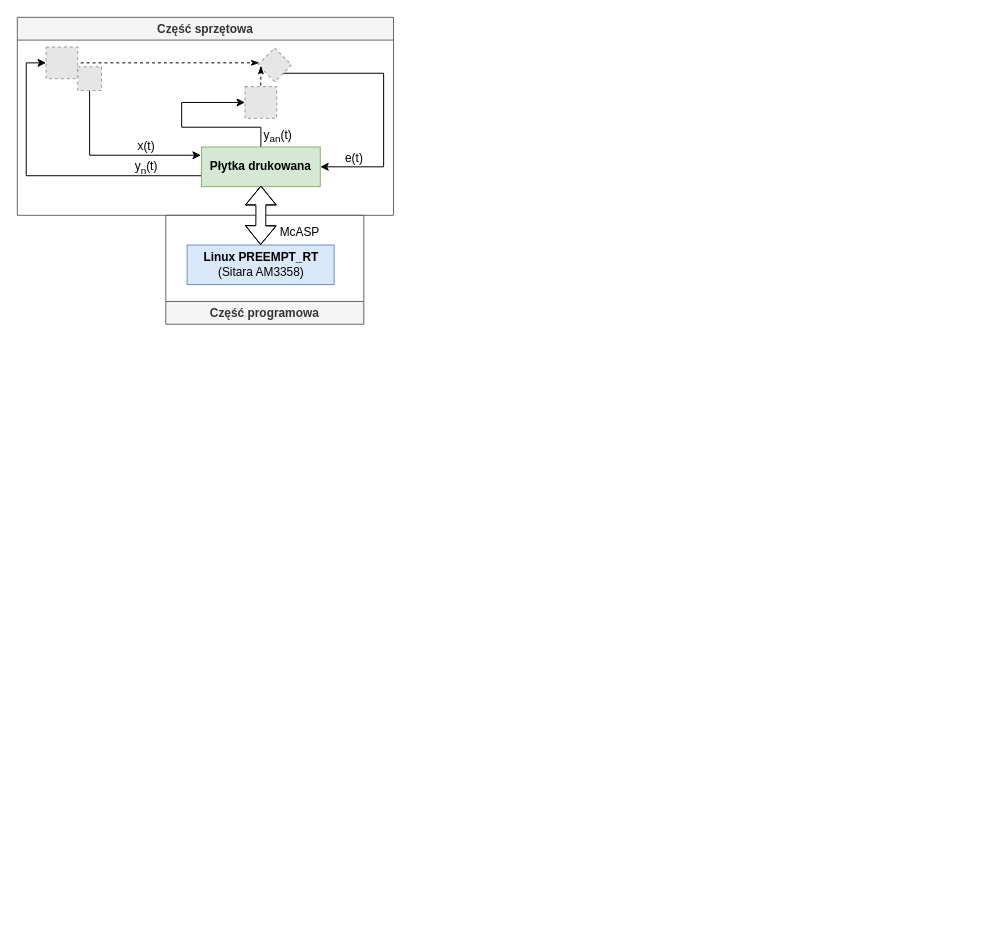
kopiecki/anc keeps this draw.io diagram as docs/polsl/thesis/drawio/impl/top.drawio. Above is the earlier version. Source tidied: cells renumbered, new cells numbered last; positions are measured from the earlier drawing's top-left corner, leaving out a move shared by most shapes. Both pictures are drawn from the tidied source at 99%, with x=0, y=0 at pixel (17, 17). Pictures stored in the file or linked from it are replaced by grey dashed boxes.
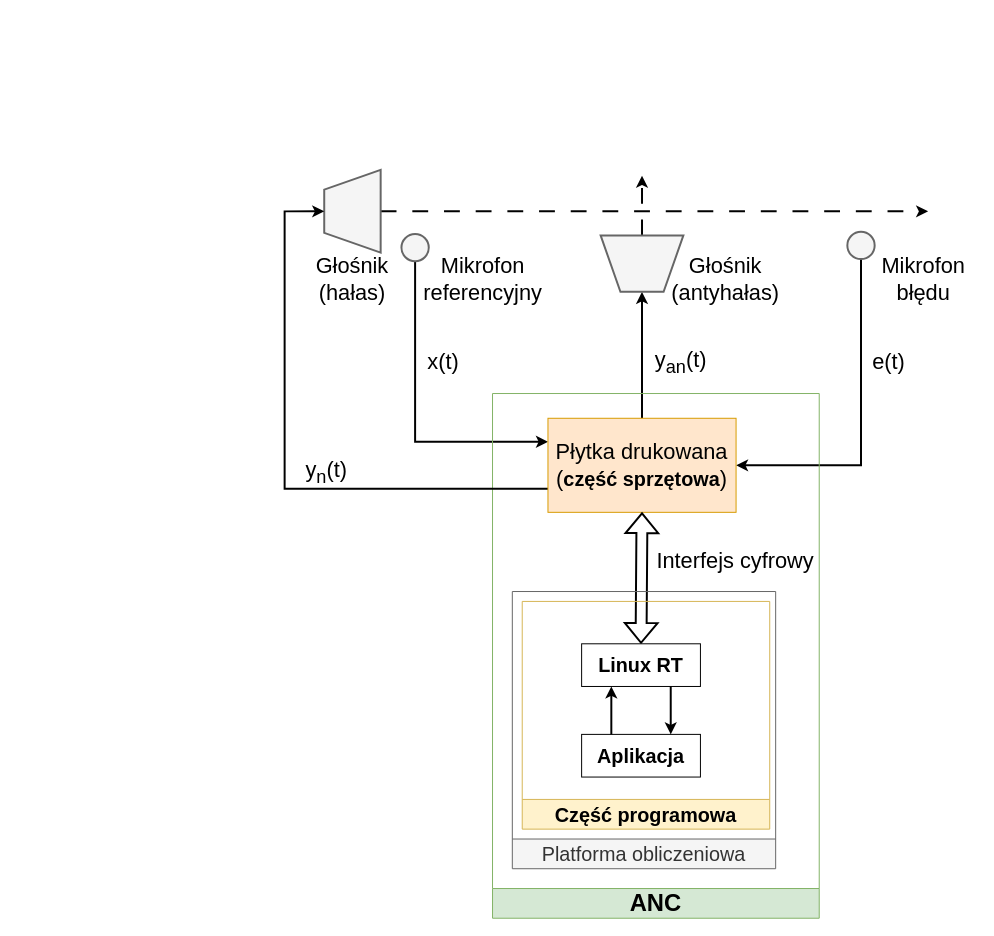
The same diagram, later.

The edit, as a diff of the source:
```diff
@@
-    <mxCell id="2" value="Część sprzętowa" style="swimlane;whiteSpace=wrap;html=1;fillColor=#f5f5f5;fontColor=#333333;strokeColor=#666666;" parent="1" vertex="1">
-      <mxGeometry width="380" height="200" as="geometry" />
-    </mxCell>
-    <mxCell id="3" style="edgeStyle=orthogonalEdgeStyle;rounded=0;jettySize=auto;html=1;exitX=0.5;exitY=1;exitDx=0;exitDy=0;entryX=-0.005;entryY=0.208;entryDx=0;entryDy=0;entryPerimeter=0;" parent="1" edge="1" source="4" target="12">
-      <mxGeometry relative="1" as="geometry">
-        <Array as="points">
-          <mxPoint x="73" y="140" />
-          <mxPoint x="185" y="140" />
-        </Array>
-      </mxGeometry>
-    </mxCell>
-    <mxCell id="4" style="fillColor=#E6E6E6;strokeColor=#999999;dashed=1;verticalLabelPosition=bottom;verticalAlign=top;" parent="1" vertex="1">
-      <mxGeometry x="61" y="50" width="24" height="24" as="geometry" />
-    </mxCell>
-    <mxCell id="5" style="fillColor=#E6E6E6;strokeColor=#999999;dashed=1;verticalLabelPosition=bottom;verticalAlign=top;" parent="1" vertex="1">
-      <mxGeometry x="29" y="30" width="32" height="32" as="geometry" />
-    </mxCell>
-    <mxCell id="6" value="&lt;b&gt;Linux PREEMPT_RT&lt;br&gt;&lt;/b&gt;(Sitara AM3358)" style="rounded=0;whiteSpace=wrap;html=1;fillColor=#dae8fc;strokeColor=#6c8ebf;" parent="1" vertex="1">
-      <mxGeometry x="171.5" y="230" width="148.5" height="40" as="geometry" />
-    </mxCell>
-    <mxCell id="7" style="fillColor=#E6E6E6;strokeColor=#999999;dashed=1;verticalLabelPosition=bottom;verticalAlign=top;" parent="1" vertex="1">
-      <mxGeometry x="230" y="70" width="32" height="32" as="geometry" />
-    </mxCell>
-    <mxCell id="8" style="edgeStyle=orthogonalEdgeStyle;rounded=0;jettySize=auto;html=1;exitX=0.5;exitY=1;exitDx=0;exitDy=0;" parent="1" edge="1" source="9" target="12">
-      <mxGeometry relative="1" as="geometry">
-        <Array as="points">
-          <mxPoint x="370" y="57" />
-          <mxPoint x="370" y="151" />
-        </Array>
-      </mxGeometry>
-    </mxCell>
-    <mxCell id="9" style="fillColor=#E6E6E6;strokeColor=#999999;dashed=1;verticalLabelPosition=bottom;verticalAlign=top;rotation=-45;" parent="1" vertex="1">
-      <mxGeometry x="248" y="36" width="24" height="24" as="geometry" />
-    </mxCell>
-    <mxCell id="10" style="edgeStyle=orthogonalEdgeStyle;rounded=0;jettySize=auto;html=1;entryX=0;entryY=0.5;entryDx=0;entryDy=0;" parent="1" edge="1" source="12" target="5">
-      <mxGeometry relative="1" as="geometry">
-        <Array as="points">
-          <mxPoint x="9" y="160" />
-          <mxPoint x="9" y="46" />
-        </Array>
-      </mxGeometry>
-    </mxCell>
-    <mxCell id="11" style="edgeStyle=orthogonalEdgeStyle;rounded=0;jettySize=auto;html=1;entryX=0;entryY=0.5;entryDx=0;entryDy=0;" parent="1" edge="1" source="12" target="7">
-      <mxGeometry relative="1" as="geometry" />
-    </mxCell>
-    <mxCell id="12" value="&lt;b&gt;Płytka drukowana&lt;/b&gt;" style="rounded=0;whiteSpace=wrap;html=1;fillColor=#d5e8d4;strokeColor=#82b366;" parent="1" vertex="1">
-      <mxGeometry x="186" y="131" width="120" height="40" as="geometry" />
-    </mxCell>
+    <mxCell id="16" value="&lt;font style=&quot;font-size: 22px;&quot;&gt;y&lt;sub&gt;an&lt;/sub&gt;(t)&lt;/font&gt;" style="text;html=1;align=center;verticalAlign=middle;strokeColor=none;fillColor=none;fontSize=16;" parent="1" vertex="1">
+      <mxGeometry x="630" y="329.4" width="80" height="40" as="geometry" />
+    </mxCell>
+    <mxCell id="22" style="edgeStyle=orthogonalEdgeStyle;rounded=0;jettySize=auto;html=1;dashed=1;dashPattern=8 8;exitX=0.5;exitY=1;exitDx=0;exitDy=0;strokeWidth=2;" parent="1" edge="1" source="31">
+      <mxGeometry relative="1" as="geometry">
+        <mxPoint x="920" y="196" as="targetPoint" />
+      </mxGeometry>
+    </mxCell>
+    <mxCell id="23" style="edgeStyle=orthogonalEdgeStyle;rounded=0;jettySize=auto;html=1;strokeWidth=2;entryX=0;entryY=0.25;entryDx=0;entryDy=0;" parent="1" edge="1" source="24" target="37">
+      <mxGeometry relative="1" as="geometry">
+        <Array as="points">
+          <mxPoint x="402" y="429" />
+        </Array>
+      </mxGeometry>
+    </mxCell>
+    <mxCell id="24" style="ellipse;whiteSpace=wrap;html=1;fillColor=#f5f5f5;strokeColor=#666666;fontColor=#333333;strokeWidth=2;" parent="1" vertex="1">
+      <mxGeometry x="388" y="218.8" width="27.6" height="27.6" as="geometry" />
+    </mxCell>
+    <mxCell id="25" style="edgeStyle=orthogonalEdgeStyle;rounded=0;jettySize=auto;html=1;strokeWidth=2;entryX=1;entryY=0.5;entryDx=0;entryDy=0;exitX=0.5;exitY=1;exitDx=0;exitDy=0;" parent="1" edge="1" source="36" target="37">
+      <mxGeometry relative="1" as="geometry">
+        <Array as="points">
+          <mxPoint x="852" y="453" />
+        </Array>
+      </mxGeometry>
+    </mxCell>
+    <mxCell id="26" style="edgeStyle=orthogonalEdgeStyle;rounded=0;jettySize=auto;html=1;dashed=1;dashPattern=8 8;strokeWidth=2;" parent="1" edge="1" source="45">
+      <mxGeometry relative="1" as="geometry">
+        <mxPoint x="631" y="160" as="targetPoint" />
+      </mxGeometry>
+    </mxCell>
+    <mxCell id="27" style="edgeStyle=orthogonalEdgeStyle;rounded=0;jettySize=auto;html=1;entryX=0.5;entryY=0;entryDx=0;entryDy=0;strokeWidth=2;exitX=0.5;exitY=0;exitDx=0;exitDy=0;" parent="1" edge="1" source="37" target="45">
+      <mxGeometry relative="1" as="geometry" />
+    </mxCell>
+    <mxCell id="14" value="&lt;font style=&quot;font-size: 22px;&quot;&gt;e(t)&lt;/font&gt;" style="text;html=1;align=center;verticalAlign=middle;strokeColor=none;fillColor=none;fontSize=16;" parent="1" vertex="1">
+      <mxGeometry x="850" y="329.4" width="60" height="40" as="geometry" />
+    </mxCell>
+    <mxCell id="28" value="&lt;font style=&quot;font-size: 22px;&quot;&gt;Głośnik&lt;br&gt;(antyhałas)&lt;br&gt;&lt;/font&gt;" style="text;html=1;align=center;verticalAlign=middle;strokeColor=none;fillColor=none;" parent="1" vertex="1">
+      <mxGeometry x="650" y="230.2" width="130" height="70" as="geometry" />
+    </mxCell>
+    <mxCell id="29" value="&lt;font style=&quot;font-size: 22px;&quot;&gt;Mikrofon&lt;br&gt;referencyjny&lt;/font&gt;" style="text;html=1;align=center;verticalAlign=middle;strokeColor=none;fillColor=none;" parent="1" vertex="1">
+      <mxGeometry x="400" y="230.2" width="140" height="70" as="geometry" />
+    </mxCell>
+    <mxCell id="30" value="&lt;font style=&quot;font-size: 22px;&quot;&gt;Mikrofon&lt;br&gt;błędu&lt;/font&gt;" style="text;html=1;align=center;verticalAlign=middle;strokeColor=none;fillColor=none;" parent="1" vertex="1">
+      <mxGeometry x="860" y="230.2" width="110" height="70" as="geometry" />
+    </mxCell>
+    <mxCell id="31" style="shape=trapezoid;perimeter=trapezoidPerimeter;whiteSpace=wrap;html=1;fixedSize=1;rotation=-180;fillColor=#f5f5f5;strokeColor=#666666;fontColor=#333333;direction=south;strokeWidth=2;" parent="1" vertex="1">
+      <mxGeometry x="310" y="154.1" width="57" height="83.6" as="geometry" />
+    </mxCell>
+    <mxCell id="32" value="&lt;font style=&quot;font-size: 22px;&quot;&gt;Głośnik&lt;br&gt;(hałas)&lt;br&gt;&lt;/font&gt;" style="text;html=1;align=center;verticalAlign=middle;strokeColor=none;fillColor=none;" parent="1" vertex="1">
+      <mxGeometry x="288" y="230.2" width="100" height="70" as="geometry" />
+    </mxCell>
+    <mxCell id="33" value="ANC" style="swimlane;whiteSpace=wrap;html=1;fillColor=#d5e8d4;strokeColor=#82b366;fontSize=24;startSize=30;direction=west;" parent="1" vertex="1">
+      <mxGeometry x="480" y="380" width="330" height="530" as="geometry" />
+    </mxCell>
+    <mxCell id="34" value="&lt;font style=&quot;font-size: 22px;&quot;&gt;Interfejs cyfrowy&lt;/font&gt;" style="text;html=1;align=center;verticalAlign=middle;strokeColor=none;fillColor=none;" parent="33" vertex="1">
+      <mxGeometry x="154.5" y="150" width="180" height="40" as="geometry" />
+    </mxCell>
-    <mxCell id="13" value="x(t)" style="text;html=1;align=center;verticalAlign=middle;strokeColor=none;fillColor=none;" parent="1" vertex="1">
-      <mxGeometry x="110" y="116" width="40" height="30" as="geometry" />
+    <mxCell id="13" value="&lt;font style=&quot;font-size: 22px;&quot;&gt;x(t)&lt;/font&gt;" style="text;html=1;align=center;verticalAlign=middle;strokeColor=none;fillColor=none;fontSize=16;" parent="1" vertex="1">
+      <mxGeometry x="400" y="329.4" width="60" height="40" as="geometry" />
     </mxCell>
-    <mxCell id="14" value="e(t)" style="text;html=1;align=center;verticalAlign=middle;strokeColor=none;fillColor=none;" parent="1" vertex="1">
-      <mxGeometry x="320" y="128" width="40" height="30" as="geometry" />
-    </mxCell>
+    <mxCell id="35" style="edgeStyle=orthogonalEdgeStyle;rounded=0;jettySize=auto;html=1;exitX=0;exitY=0.75;exitDx=0;exitDy=0;strokeWidth=2;" parent="1" edge="1" source="37" target="31">
+      <mxGeometry relative="1" as="geometry">
+        <Array as="points">
+          <mxPoint x="270" y="476" />
+          <mxPoint x="270" y="196" />
+        </Array>
+      </mxGeometry>
+    </mxCell>
-    <mxCell id="15" value="y&lt;sub&gt;n&lt;/sub&gt;(t)" style="text;html=1;align=center;verticalAlign=middle;strokeColor=none;fillColor=none;" parent="1" vertex="1">
-      <mxGeometry x="105" y="137" width="50" height="30" as="geometry" />
+    <mxCell id="15" value="&lt;font style=&quot;font-size: 22px;&quot;&gt;y&lt;sub&gt;n&lt;/sub&gt;(t)&lt;/font&gt;" style="text;html=1;align=center;verticalAlign=middle;strokeColor=none;fillColor=none;fontSize=16;" parent="1" vertex="1">
+      <mxGeometry x="277" y="440" width="70" height="40" as="geometry" />
     </mxCell>
-    <mxCell id="16" value="y&lt;sub&gt;an&lt;/sub&gt;(t)" style="text;html=1;align=center;verticalAlign=middle;strokeColor=none;fillColor=none;" parent="1" vertex="1">
-      <mxGeometry x="238" y="105" width="50" height="30" as="geometry" />
-    </mxCell>
-    <mxCell id="17" style="endArrow=classicThin;html=1;rounded=0;exitX=1;exitY=0.5;exitDx=0;exitDy=0;endFill=1;entryX=0.102;entryY=-0.018;entryDx=0;entryDy=0;entryPerimeter=0;dashed=1;" parent="1" edge="1" target="9">
-      <mxGeometry relative="1" as="geometry">
-        <mxPoint x="64" y="46" as="sourcePoint" />
-      </mxGeometry>
-    </mxCell>
-    <mxCell id="18" style="endArrow=classicThin;html=1;rounded=0;endFill=1;dashed=1;" parent="1" edge="1">
-      <mxGeometry relative="1" as="geometry">
-        <mxPoint x="245.9" y="69" as="sourcePoint" />
-        <mxPoint x="246.1" y="49" as="targetPoint" />
-      </mxGeometry>
-    </mxCell>
+    <mxCell id="36" style="ellipse;whiteSpace=wrap;html=1;fillColor=#f5f5f5;strokeColor=#666666;fontColor=#333333;strokeWidth=2;" parent="1" vertex="1">
+      <mxGeometry x="838.4" y="216.6" width="27.6" height="27.6" as="geometry" />
+    </mxCell>
+    <mxCell id="37" value="&lt;font style=&quot;&quot;&gt;&lt;span style=&quot;font-size: 22px;&quot;&gt;Płytka drukowana&lt;/span&gt;&lt;br style=&quot;&quot;&gt;&lt;span style=&quot;font-size: 22px;&quot;&gt;(&lt;/span&gt;&lt;b style=&quot;&quot;&gt;&lt;font style=&quot;font-size: 20px;&quot;&gt;część sprzętowa&lt;/font&gt;&lt;/b&gt;&lt;span style=&quot;font-size: 22px;&quot;&gt;)&lt;/span&gt;&lt;/font&gt;" style="rounded=0;whiteSpace=wrap;html=1;fontSize=20;fillColor=#ffe6cc;strokeColor=#d79b00;" parent="1" vertex="1">
+      <mxGeometry x="536" y="405" width="190" height="95" as="geometry" />
+    </mxCell>
+    <mxCell id="38" style="shape=flexArrow;endArrow=classic;startArrow=classic;html=1;rounded=0;entryX=0.5;entryY=1;entryDx=0;entryDy=0;exitX=0.5;exitY=0;exitDx=0;exitDy=0;strokeWidth=2;fillColor=default;" parent="1" edge="1" source="40" target="37">
+      <mxGeometry relative="1" as="geometry" />
+    </mxCell>
+    <mxCell id="39" value="&lt;font style=&quot;font-size: 20px; font-weight: normal;&quot;&gt;Platforma obliczeniowa&lt;/font&gt;" style="swimlane;whiteSpace=wrap;html=1;fillColor=#f5f5f5;fontColor=#333333;strokeColor=#666666;direction=west;startSize=30;" parent="1" vertex="1">
+      <mxGeometry x="500" y="580" width="266" height="280" as="geometry" />
+    </mxCell>
-    <mxCell id="19" value="Część programowa" style="swimlane;whiteSpace=wrap;html=1;direction=west;fillColor=#f5f5f5;fontColor=#333333;strokeColor=#666666;" parent="1" vertex="1">
-      <mxGeometry x="150" y="200" width="200" height="110" as="geometry" />
+    <mxCell id="19" value="&lt;font style=&quot;font-size: 20px;&quot;&gt;Część programowa&lt;/font&gt;" style="swimlane;whiteSpace=wrap;html=1;fillColor=#fff2cc;strokeColor=#d6b656;direction=west;startSize=30;" parent="39" vertex="1">
+      <mxGeometry x="10" y="10" width="250" height="230" as="geometry" />
     </mxCell>
-    <mxCell id="20" value="McASP" style="text;html=1;align=center;verticalAlign=middle;strokeColor=none;fillColor=none;" parent="19" vertex="1">
-      <mxGeometry x="105" y="2" width="60" height="30" as="geometry" />
-    </mxCell>
-    <mxCell id="21" style="shape=flexArrow;endArrow=classic;startArrow=classic;html=1;rounded=0;exitX=0.5;exitY=0;exitDx=0;exitDy=0;fillColor=#FFFFFF;" parent="1" edge="1" source="6">
-      <mxGeometry relative="1" as="geometry">
-        <mxPoint x="246" y="170" as="targetPoint" />
-        <Array as="points">
-          <mxPoint x="246" y="200" />
-        </Array>
-      </mxGeometry>
-    </mxCell>
+    <mxCell id="40" value="&lt;font style=&quot;font-size: 20px;&quot;&gt;Linux RT&lt;/font&gt;" style="rounded=0;whiteSpace=wrap;html=1;fontStyle=1;" parent="19" vertex="1">
+      <mxGeometry x="60" y="42.8" width="120" height="43.1" as="geometry" />
+    </mxCell>
+    <mxCell id="41" value="&lt;font style=&quot;font-size: 20px;&quot;&gt;Aplikacja&lt;/font&gt;" style="rounded=0;whiteSpace=wrap;html=1;fontStyle=1;" parent="1" vertex="1">
+      <mxGeometry x="570" y="724.3" width="120" height="43.1" as="geometry" />
+    </mxCell>
+    <mxCell id="42" style="endArrow=classic;html=1;rounded=0;entryX=0.75;entryY=0;entryDx=0;entryDy=0;exitX=0.75;exitY=1;exitDx=0;exitDy=0;strokeWidth=2;" parent="1" edge="1" source="40" target="41">
+      <mxGeometry relative="1" as="geometry" />
+    </mxCell>
+    <mxCell id="43" style="endArrow=classic;html=1;rounded=0;entryX=0.25;entryY=1;entryDx=0;entryDy=0;exitX=0.25;exitY=0;exitDx=0;exitDy=0;strokeWidth=2;" parent="1" edge="1" source="41" target="40">
+      <mxGeometry relative="1" as="geometry" />
+    </mxCell>
+    <mxCell id="44" style="edgeStyle=orthogonalEdgeStyle;rounded=0;jettySize=auto;html=1;dashed=1;dashPattern=8 8;strokeWidth=2;" parent="1" edge="1" target="45">
+      <mxGeometry relative="1" as="geometry">
+        <mxPoint x="630.6" y="251.1" as="sourcePoint" />
+      </mxGeometry>
+    </mxCell>
+    <mxCell id="45" style="shape=trapezoid;perimeter=trapezoidPerimeter;whiteSpace=wrap;html=1;fixedSize=1;rotation=90;fillColor=#f5f5f5;strokeColor=#666666;fontColor=#333333;direction=south;strokeWidth=2;" parent="1" vertex="1">
+      <mxGeometry x="602.5" y="207" width="57" height="83.6" as="geometry" />
+    </mxCell>
```
